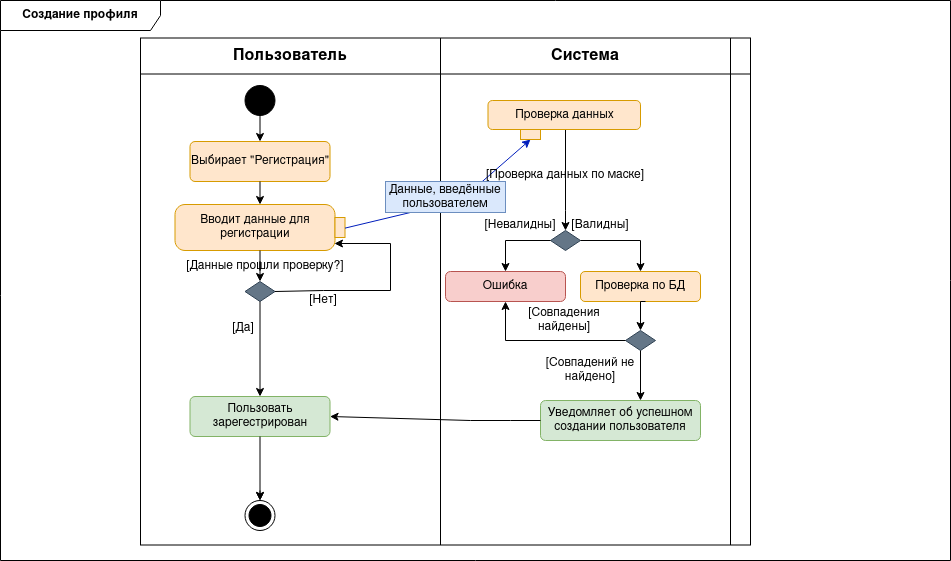
Earlier version of the draw.io export activity_diagrams/Profile_Creating.drawio.png (Reem-Almasri/Freelancer-SPM). Source tidied: cells renumbered, new cells last; positions are measured from the earlier drawing's top-left corner, leaving out a move shared by most shapes.
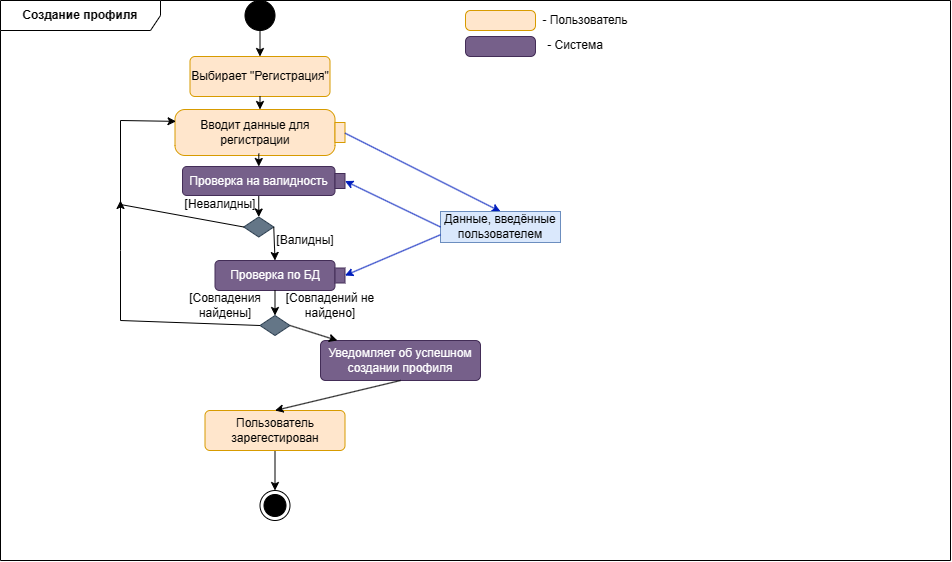
After the commit.

Diff of the diagram source:
```diff
@@ -5,82 +5,26 @@
     <mxCell id="2" value="&lt;b&gt;Создание профиля&lt;br&gt;&lt;/b&gt;" style="shape=umlFrame;whiteSpace=wrap;html=1;width=160;" parent="1" vertex="1">
       <mxGeometry width="950" height="560" as="geometry" />
     </mxCell>
-    <mxCell id="3" style="shape=table;startSize=0;fontSize=16;swimlaneLine=0;" parent="2" vertex="1">
-      <mxGeometry x="140" y="37.5" width="610" height="507" as="geometry" />
-    </mxCell>
-    <mxCell id="4" style="shape=tableRow;horizontal=0;startSize=0;swimlaneHead=0;swimlaneBody=0;strokeColor=inherit;top=0;left=0;bottom=0;right=0;fillColor=none;fontSize=16;" parent="3" vertex="1">
-      <mxGeometry width="610" height="36" as="geometry" />
-    </mxCell>
-    <mxCell id="5" value="&lt;b&gt;Пользователь&lt;/b&gt;" style="shape=partialRectangle;html=1;whiteSpace=wrap;strokeColor=inherit;overflow=hidden;fillColor=none;top=0;left=0;bottom=0;right=0;fontSize=16;" parent="4" vertex="1">
-      <mxGeometry width="300" height="36" as="geometry" />
-    </mxCell>
-    <mxCell id="6" value="&lt;b&gt;Система&lt;/b&gt;" style="shape=partialRectangle;html=1;whiteSpace=wrap;strokeColor=inherit;overflow=hidden;fillColor=none;top=0;left=0;bottom=0;right=0;fontSize=16;" parent="4" vertex="1">
-      <mxGeometry x="300" width="290" height="36" as="geometry" />
-    </mxCell>
-    <mxCell id="7" style="shape=partialRectangle;html=1;whiteSpace=wrap;strokeColor=inherit;overflow=hidden;fillColor=none;top=0;left=0;bottom=0;right=0;fontSize=16;strokeWidth=0;opacity=0;" parent="4" vertex="1">
-      <mxGeometry x="590" width="20" height="36" as="geometry" />
-    </mxCell>
-    <mxCell id="8" style="shape=tableRow;horizontal=0;startSize=0;swimlaneHead=0;swimlaneBody=0;strokeColor=inherit;top=0;left=0;bottom=0;right=0;fillColor=none;fontSize=16;" parent="3" vertex="1">
-      <mxGeometry y="36" width="610" height="471" as="geometry" />
-    </mxCell>
-    <mxCell id="9" style="shape=partialRectangle;html=1;whiteSpace=wrap;strokeColor=inherit;overflow=hidden;fillColor=none;top=0;left=0;bottom=0;right=0;fontSize=16;" parent="8" vertex="1">
-      <mxGeometry width="300" height="471" as="geometry" />
-    </mxCell>
-    <mxCell id="10" style="shape=partialRectangle;html=1;whiteSpace=wrap;strokeColor=inherit;overflow=hidden;fillColor=none;top=0;left=0;bottom=0;right=0;fontSize=16;" parent="8" vertex="1">
-      <mxGeometry x="300" width="290" height="471" as="geometry" />
-    </mxCell>
-    <mxCell id="11" style="shape=partialRectangle;html=1;whiteSpace=wrap;strokeColor=inherit;overflow=hidden;fillColor=none;top=0;left=0;bottom=0;right=0;fontSize=16;" parent="8" vertex="1">
-      <mxGeometry x="590" width="20" height="471" as="geometry" />
-    </mxCell>
     <mxCell id="12" style="ellipse;fillColor=strokeColor;html=1;" parent="2" vertex="1">
-      <mxGeometry x="244.5" y="85" width="30" height="30" as="geometry" />
+      <mxGeometry x="244.5" width="30" height="30" as="geometry" />
     </mxCell>
     <mxCell id="13" style="ellipse;html=1;shape=endState;fillColor=strokeColor;" parent="2" vertex="1">
-      <mxGeometry x="244.5" y="500" width="30" height="30" as="geometry" />
+      <mxGeometry x="259.5" y="490" width="30" height="30" as="geometry" />
     </mxCell>
     <mxCell id="14" value="Вводит данные для регистрации" style="shape=mxgraph.uml25.action;html=1;align=center;verticalAlign=middle;absoluteArcSize=1;arcSize=10;dashed=0;spacingRight=10;whiteSpace=wrap;fillColor=#ffe6cc;strokeColor=#d79b00;" parent="2" vertex="1">
-      <mxGeometry x="174.5" y="204" width="170" height="46" as="geometry" />
+      <mxGeometry x="174.5" y="109" width="170" height="46" as="geometry" />
     </mxCell>
-    <mxCell id="15" style="edgeStyle=orthogonalEdgeStyle;rounded=0;jettySize=auto;html=1;entryX=0.5;entryY=0;entryDx=0;entryDy=0;" parent="2" edge="1" source="16" target="18">
-      <mxGeometry relative="1" as="geometry">
-        <Array as="points">
-          <mxPoint x="565" y="210" />
-          <mxPoint x="565" y="210" />
-        </Array>
-      </mxGeometry>
-    </mxCell>
-    <mxCell id="16" value="Проверка данных" style="rounded=1;whiteSpace=wrap;html=1;fillColor=#ffe6cc;strokeColor=#d79b00;" parent="2" vertex="1">
-      <mxGeometry x="487.5" y="100" width="152.5" height="29" as="geometry" />
-    </mxCell>
-    <mxCell id="17" style="endArrow=classic;html=1;rounded=0;exitX=1;exitY=0.514;exitDx=0;exitDy=0;exitPerimeter=0;fillColor=#0050ef;strokeColor=#001DBC;entryX=0.5;entryY=1;entryDx=0;entryDy=0;" parent="2" edge="1" source="14" target="30">
-      <mxGeometry relative="1" as="geometry">
-        <Array as="points">
-          <mxPoint x="460" y="200" />
-        </Array>
-      </mxGeometry>
+    <mxCell id="17" style="endArrow=classic;html=1;rounded=0;exitX=1;exitY=0.514;exitDx=0;exitDy=0;exitPerimeter=0;fillColor=#0050ef;strokeColor=#001DBC;entryX=0.5;entryY=0;entryDx=0;entryDy=0;" parent="2" edge="1" source="14" target="33">
+      <mxGeometry relative="1" as="geometry" />
     </mxCell>
     <mxCell id="18" style="rhombus;whiteSpace=wrap;html=1;fillColor=#647687;fontColor=#ffffff;strokeColor=#314354;" parent="2" vertex="1">
-      <mxGeometry x="550" y="230" width="30" height="20" as="geometry" />
+      <mxGeometry x="243.2" y="216.5" width="30" height="20" as="geometry" />
     </mxCell>
-    <mxCell id="19" style="edgeStyle=orthogonalEdgeStyle;rounded=0;jettySize=auto;html=1;" parent="2" edge="1" source="18" target="28">
-      <mxGeometry relative="1" as="geometry">
-        <Array as="points">
-          <mxPoint x="505" y="240" />
-        </Array>
-      </mxGeometry>
-    </mxCell>
-    <mxCell id="20" style="endArrow=classic;html=1;rounded=0;exitX=1;exitY=0.5;exitDx=0;exitDy=0;entryX=0.5;entryY=0;entryDx=0;entryDy=0;" parent="2" edge="1" source="18" target="32">
-      <mxGeometry relative="1" as="geometry">
-        <Array as="points">
-          <mxPoint x="640" y="240" />
-        </Array>
-      </mxGeometry>
-    </mxCell>
     <mxCell id="21" value="[Валидны]" style="text;html=1;strokeColor=none;fillColor=none;align=center;verticalAlign=middle;whiteSpace=wrap;rounded=0;" parent="2" vertex="1">
-      <mxGeometry x="570" y="210" width="60" height="30" as="geometry" />
+      <mxGeometry x="274.5" y="225" width="60" height="30" as="geometry" />
     </mxCell>
     <mxCell id="22" value="Выбирает &quot;Регистрация&quot;" style="html=1;align=center;verticalAlign=middle;rounded=1;absoluteArcSize=1;arcSize=10;dashed=0;whiteSpace=wrap;fillColor=#ffe6cc;strokeColor=#d79b00;" parent="2" vertex="1">
-      <mxGeometry x="189.5" y="141" width="140" height="40" as="geometry" />
+      <mxGeometry x="189.5" y="56" width="140" height="40" as="geometry" />
     </mxCell>
     <mxCell id="23" style="endArrow=classic;html=1;rounded=0;exitX=0.5;exitY=1;exitDx=0;exitDy=0;" parent="2" edge="1" source="22" target="14">
       <mxGeometry relative="1" as="geometry" />
@@ -88,96 +32,100 @@
     <mxCell id="24" style="endArrow=classic;html=1;rounded=0;exitX=0.5;exitY=1;exitDx=0;exitDy=0;entryX=0.5;entryY=0;entryDx=0;entryDy=0;" parent="2" edge="1" source="12" target="22">
       <mxGeometry relative="1" as="geometry" />
     </mxCell>
-    <mxCell id="25" value="Пользовать зарегестрирован" style="html=1;align=center;verticalAlign=middle;rounded=1;absoluteArcSize=1;arcSize=10;dashed=0;whiteSpace=wrap;fillColor=#d5e8d4;strokeColor=#82b366;" parent="2" vertex="1">
-      <mxGeometry x="189.5" y="396" width="140" height="40" as="geometry" />
-    </mxCell>
-    <mxCell id="26" style="endArrow=classic;html=1;rounded=0;exitX=0.5;exitY=1;exitDx=0;exitDy=0;" parent="2" edge="1" source="25" target="13">
+    <mxCell id="26" style="endArrow=classic;html=1;rounded=0;exitX=0.5;exitY=1;exitDx=0;exitDy=0;" parent="2" edge="1" source="55" target="13">
       <mxGeometry relative="1" as="geometry" />
     </mxCell>
-    <mxCell id="27" style="endArrow=classic;html=1;rounded=0;exitX=0.5;exitY=1;exitDx=0;exitDy=0;entryX=0.5;entryY=0;entryDx=0;entryDy=0;" parent="2" edge="1" target="13">
-      <mxGeometry relative="1" as="geometry">
-        <mxPoint x="259.5" y="490" as="sourcePoint" />
-      </mxGeometry>
-    </mxCell>
-    <mxCell id="28" value="Ошибка" style="html=1;align=center;verticalAlign=middle;rounded=1;absoluteArcSize=1;arcSize=10;dashed=0;whiteSpace=wrap;fillColor=#f8cecc;strokeColor=#b85450;" parent="2" vertex="1">
-      <mxGeometry x="445" y="271" width="120" height="30" as="geometry" />
-    </mxCell>
-    <mxCell id="29" value="Уведомляет об успешном создании пользователя" style="html=1;align=center;verticalAlign=middle;rounded=1;absoluteArcSize=1;arcSize=10;dashed=0;whiteSpace=wrap;fillColor=#d5e8d4;strokeColor=#82b366;" parent="2" vertex="1">
-      <mxGeometry x="540" y="400" width="160" height="40" as="geometry" />
+    <mxCell id="29" value="Уведомляет об успешном создании профиля" style="html=1;align=center;verticalAlign=middle;rounded=1;absoluteArcSize=1;arcSize=10;dashed=0;whiteSpace=wrap;fillColor=#76608a;strokeColor=#432D57;fontColor=#ffffff;" parent="2" vertex="1">
+      <mxGeometry x="320" y="340" width="160" height="40" as="geometry" />
     </mxCell>
-    <mxCell id="30" style="rounded=0;whiteSpace=wrap;html=1;fillColor=#ffe6cc;strokeColor=#d79b00;rotation=0;" parent="2" vertex="1">
-      <mxGeometry x="520" y="129" width="20" height="10" as="geometry" />
-    </mxCell>
     <mxCell id="31" value="[Невалидны]" style="text;html=1;strokeColor=none;fillColor=none;align=center;verticalAlign=middle;whiteSpace=wrap;rounded=0;" parent="2" vertex="1">
-      <mxGeometry x="490" y="210" width="60" height="30" as="geometry" />
+      <mxGeometry x="189.5" y="189" width="60" height="30" as="geometry" />
     </mxCell>
-    <mxCell id="32" value="Проверка по БД" style="rounded=1;whiteSpace=wrap;html=1;fillColor=#ffe6cc;strokeColor=#d79b00;" parent="2" vertex="1">
-      <mxGeometry x="580" y="271" width="120" height="30" as="geometry" />
+    <mxCell id="32" value="Проверка по БД" style="rounded=1;whiteSpace=wrap;html=1;fillColor=#76608a;strokeColor=#432D57;fontColor=#ffffff;" parent="2" vertex="1">
+      <mxGeometry x="214.5" y="260" width="120" height="30" as="geometry" />
     </mxCell>
     <mxCell id="33" value="Данные, введённые пользователем" style="text;html=1;strokeColor=#6c8ebf;fillColor=#dae8fc;align=center;verticalAlign=middle;whiteSpace=wrap;rounded=0;" parent="2" vertex="1">
-      <mxGeometry x="385" y="181" width="120" height="31" as="geometry" />
+      <mxGeometry x="440" y="211" width="120" height="31" as="geometry" />
     </mxCell>
-    <mxCell id="34" style="edgeStyle=orthogonalEdgeStyle;rounded=0;jettySize=auto;html=1;" parent="2" edge="1" source="14" target="35">
-      <mxGeometry relative="1" as="geometry" />
-    </mxCell>
-    <mxCell id="35" style="rhombus;whiteSpace=wrap;html=1;fillColor=#647687;fontColor=#ffffff;strokeColor=#314354;" parent="2" vertex="1">
-      <mxGeometry x="244.5" y="281" width="30" height="20" as="geometry" />
-    </mxCell>
-    <mxCell id="36" style="endArrow=classic;html=1;rounded=0;exitX=0.5;exitY=1;exitDx=0;exitDy=0;entryX=0.5;entryY=0;entryDx=0;entryDy=0;" parent="2" edge="1" source="35" target="25">
-      <mxGeometry relative="1" as="geometry" />
-    </mxCell>
-    <mxCell id="37" style="endArrow=classic;html=1;rounded=0;exitX=1;exitY=0.5;exitDx=0;exitDy=0;entryX=0.938;entryY=0.848;entryDx=0;entryDy=0;entryPerimeter=0;" parent="2" edge="1" source="35" target="14">
-      <mxGeometry relative="1" as="geometry">
-        <Array as="points">
-          <mxPoint x="323" y="290" />
-          <mxPoint x="390" y="290" />
-          <mxPoint x="390" y="243" />
-        </Array>
-      </mxGeometry>
-    </mxCell>
-    <mxCell id="38" value="[Проверка данных по маске]" style="text;html=1;strokeColor=none;fillColor=none;align=center;verticalAlign=middle;whiteSpace=wrap;rounded=0;" parent="2" vertex="1">
-      <mxGeometry x="485" y="160" width="160" height="30" as="geometry" />
-    </mxCell>
-    <mxCell id="39" value="[Данные прошли проверку?]" style="text;html=1;strokeColor=none;fillColor=none;align=center;verticalAlign=middle;whiteSpace=wrap;rounded=0;" parent="2" vertex="1">
-      <mxGeometry x="184.5" y="251" width="160" height="30" as="geometry" />
-    </mxCell>
-    <mxCell id="40" value="[Нет]" style="text;html=1;strokeColor=none;fillColor=none;align=center;verticalAlign=middle;whiteSpace=wrap;rounded=0;" parent="2" vertex="1">
-      <mxGeometry x="300" y="290" width="45.5" height="20" as="geometry" />
-    </mxCell>
-    <mxCell id="41" value="[Да]" style="text;html=1;strokeColor=none;fillColor=none;align=center;verticalAlign=middle;whiteSpace=wrap;rounded=0;" parent="2" vertex="1">
-      <mxGeometry x="220" y="318" width="45.5" height="20" as="geometry" />
-    </mxCell>
-    <mxCell id="42" style="rhombus;whiteSpace=wrap;html=1;fillColor=#647687;fontColor=#ffffff;strokeColor=#314354;" parent="2" vertex="1">
-      <mxGeometry x="625" y="330" width="30" height="20" as="geometry" />
-    </mxCell>
-    <mxCell id="43" style="edgeStyle=orthogonalEdgeStyle;rounded=0;jettySize=auto;html=1;entryX=0.5;entryY=0;entryDx=0;entryDy=0;" parent="2" edge="1" target="42">
-      <mxGeometry relative="1" as="geometry">
-        <mxPoint x="645" y="301" as="sourcePoint" />
-      </mxGeometry>
-    </mxCell>
-    <mxCell id="44" style="endArrow=classic;html=1;rounded=0;exitX=0;exitY=0.5;exitDx=0;exitDy=0;entryX=0.5;entryY=1;entryDx=0;entryDy=0;" parent="2" edge="1" source="42" target="28">
-      <mxGeometry relative="1" as="geometry">
-        <Array as="points">
-          <mxPoint x="505" y="340" />
-        </Array>
-      </mxGeometry>
-    </mxCell>
     <mxCell id="45" value="[Совпадения найдены]" style="text;html=1;strokeColor=none;fillColor=none;align=center;verticalAlign=middle;whiteSpace=wrap;rounded=0;" parent="2" vertex="1">
-      <mxGeometry x="528.8" y="310" width="70" height="20" as="geometry" />
+      <mxGeometry x="189.5" y="295" width="70" height="20" as="geometry" />
     </mxCell>
-    <mxCell id="46" style="endArrow=classic;html=1;rounded=0;exitX=0.5;exitY=1;exitDx=0;exitDy=0;entryX=0.625;entryY=0;entryDx=0;entryDy=0;entryPerimeter=0;" parent="2" edge="1" source="42" target="29">
-      <mxGeometry relative="1" as="geometry" />
-    </mxCell>
     <mxCell id="47" value="[Совпадений не найдено]" style="text;html=1;strokeColor=none;fillColor=none;align=center;verticalAlign=middle;whiteSpace=wrap;rounded=0;" parent="2" vertex="1">
-      <mxGeometry x="540" y="360" width="100" height="20" as="geometry" />
+      <mxGeometry x="280" y="295" width="100" height="20" as="geometry" />
     </mxCell>
-    <mxCell id="48" style="endArrow=classic;html=1;rounded=0;exitX=0;exitY=0.5;exitDx=0;exitDy=0;entryX=1;entryY=0.5;entryDx=0;entryDy=0;" parent="2" edge="1" source="29" target="25">
-      <mxGeometry relative="1" as="geometry">
-        <Array as="points">
-          <mxPoint x="510" y="420" />
-          <mxPoint x="470" y="420" />
-        </Array>
-      </mxGeometry>
-    </mxCell>
+    <mxCell id="49" style="endArrow=classic;html=1;rounded=0;exitX=0.493;exitY=0.959;exitDx=0;exitDy=0;exitPerimeter=0;" parent="2" edge="1" source="14" target="52">
+      <mxGeometry relative="1" as="geometry" />
+    </mxCell>
+    <mxCell id="50" style="endArrow=classic;html=1;rounded=0;exitX=0;exitY=0.5;exitDx=0;exitDy=0;entryX=0.006;entryY=0.258;entryDx=0;entryDy=0;entryPerimeter=0;" parent="2" edge="1" source="18" target="14">
+      <mxGeometry relative="1" as="geometry">
+        <Array as="points">
+          <mxPoint x="120" y="204" />
+          <mxPoint x="120" y="120" />
+        </Array>
+      </mxGeometry>
+    </mxCell>
+    <mxCell id="51" style="endArrow=classic;html=1;rounded=0;exitX=0.5;exitY=1;exitDx=0;exitDy=0;entryX=0.5;entryY=0;entryDx=0;entryDy=0;" parent="2" edge="1" source="52" target="18">
+      <mxGeometry relative="1" as="geometry" />
+    </mxCell>
+    <mxCell id="52" value="Проверка на валидность" style="rounded=1;whiteSpace=wrap;html=1;fillColor=#76608a;strokeColor=#432D57;fontColor=#ffffff;" parent="2" vertex="1">
+      <mxGeometry x="182" y="166" width="152.5" height="29" as="geometry" />
+    </mxCell>
+    <mxCell id="20" style="endArrow=classic;html=1;rounded=0;exitX=1;exitY=0.5;exitDx=0;exitDy=0;entryX=0.5;entryY=0;entryDx=0;entryDy=0;" parent="2" edge="1" source="18" target="32">
+      <mxGeometry relative="1" as="geometry" />
+    </mxCell>
+    <mxCell id="53" style="rhombus;whiteSpace=wrap;html=1;fillColor=#647687;fontColor=#ffffff;strokeColor=#314354;" parent="2" vertex="1">
+      <mxGeometry x="259.5" y="315" width="30" height="20" as="geometry" />
+    </mxCell>
+    <mxCell id="54" style="endArrow=classic;html=1;rounded=0;exitX=0.5;exitY=1;exitDx=0;exitDy=0;entryX=0.5;entryY=0;entryDx=0;entryDy=0;" parent="2" edge="1" source="32" target="53">
+      <mxGeometry relative="1" as="geometry" />
+    </mxCell>
+    <mxCell id="55" value="Пользователь зарегестирован" style="html=1;align=center;verticalAlign=middle;rounded=1;absoluteArcSize=1;arcSize=10;dashed=0;whiteSpace=wrap;fillColor=#ffe6cc;strokeColor=#d79b00;" parent="2" vertex="1">
+      <mxGeometry x="204.5" y="410" width="140" height="40" as="geometry" />
+    </mxCell>
+    <mxCell id="56" style="endArrow=classic;html=1;rounded=0;exitX=1;exitY=0.5;exitDx=0;exitDy=0;" parent="2" edge="1" source="53" target="29">
+      <mxGeometry relative="1" as="geometry" />
+    </mxCell>
+    <mxCell id="57" style="endArrow=classic;html=1;rounded=0;exitX=0.5;exitY=1;exitDx=0;exitDy=0;entryX=0.5;entryY=0;entryDx=0;entryDy=0;" parent="2" edge="1" source="29" target="55">
+      <mxGeometry relative="1" as="geometry" />
+    </mxCell>
+    <mxCell id="58" style="rounded=0;whiteSpace=wrap;html=1;fillColor=#76608a;fontColor=#ffffff;strokeColor=#432D57;" parent="2" vertex="1">
+      <mxGeometry x="334.5" y="173" width="10" height="15" as="geometry" />
+    </mxCell>
+    <mxCell id="59" style="endArrow=classic;html=1;rounded=0;exitX=0;exitY=0.5;exitDx=0;exitDy=0;fillColor=#0050ef;strokeColor=#001DBC;entryX=1;entryY=0.5;entryDx=0;entryDy=0;" parent="2" edge="1" source="33" target="58">
+      <mxGeometry relative="1" as="geometry" />
+    </mxCell>
+    <mxCell id="60" style="rounded=0;whiteSpace=wrap;html=1;fillColor=#76608a;fontColor=#ffffff;strokeColor=#432D57;" parent="2" vertex="1">
+      <mxGeometry x="334.5" y="267.5" width="10" height="15" as="geometry" />
+    </mxCell>
+    <mxCell id="61" style="endArrow=classic;html=1;rounded=0;exitX=0;exitY=0.75;exitDx=0;exitDy=0;fillColor=#0050ef;strokeColor=#001DBC;entryX=1;entryY=0.5;entryDx=0;entryDy=0;" parent="2" edge="1" source="33" target="60">
+      <mxGeometry relative="1" as="geometry" />
+    </mxCell>
+    <mxCell id="62" style="html=1;align=center;verticalAlign=middle;rounded=1;absoluteArcSize=1;arcSize=10;dashed=0;whiteSpace=wrap;fillColor=#ffe6cc;strokeColor=#d79b00;" parent="2" vertex="1">
+      <mxGeometry x="465" y="10" width="70" height="20" as="geometry" />
+    </mxCell>
+    <mxCell id="63" value="- Пользователь" style="text;html=1;strokeColor=none;fillColor=none;align=center;verticalAlign=middle;whiteSpace=wrap;rounded=0;" parent="2" vertex="1">
+      <mxGeometry x="540" y="5" width="90" height="30" as="geometry" />
+    </mxCell>
+    <mxCell id="64" style="html=1;align=center;verticalAlign=middle;rounded=1;absoluteArcSize=1;arcSize=10;dashed=0;whiteSpace=wrap;fillColor=#76608a;strokeColor=#432D57;fontColor=#ffffff;" parent="2" vertex="1">
+      <mxGeometry x="465" y="36" width="70" height="20" as="geometry" />
+    </mxCell>
+    <mxCell id="65" value="- Система" style="text;html=1;strokeColor=none;fillColor=none;align=center;verticalAlign=middle;whiteSpace=wrap;rounded=0;" parent="2" vertex="1">
+      <mxGeometry x="530" y="30" width="90" height="30" as="geometry" />
+    </mxCell>
+    <mxCell id="66" style="endArrow=classic;html=1;rounded=0;entryX=0.5;entryY=0;entryDx=0;entryDy=0;" parent="1" edge="1">
+      <mxGeometry relative="1" as="geometry">
+        <mxPoint x="270" y="204" as="sourcePoint" />
+        <mxPoint x="270" y="204" as="targetPoint" />
+      </mxGeometry>
+    </mxCell>
+    <mxCell id="67" style="endArrow=classic;html=1;rounded=0;exitX=0;exitY=0.5;exitDx=0;exitDy=0;" parent="1" edge="1" source="53">
+      <mxGeometry relative="1" as="geometry">
+        <mxPoint x="120" y="200" as="targetPoint" />
+        <Array as="points">
+          <mxPoint x="120" y="320" />
+          <mxPoint x="120" y="250" />
+        </Array>
+      </mxGeometry>
+    </mxCell>
   </root>
 </mxGraphModel>
```
